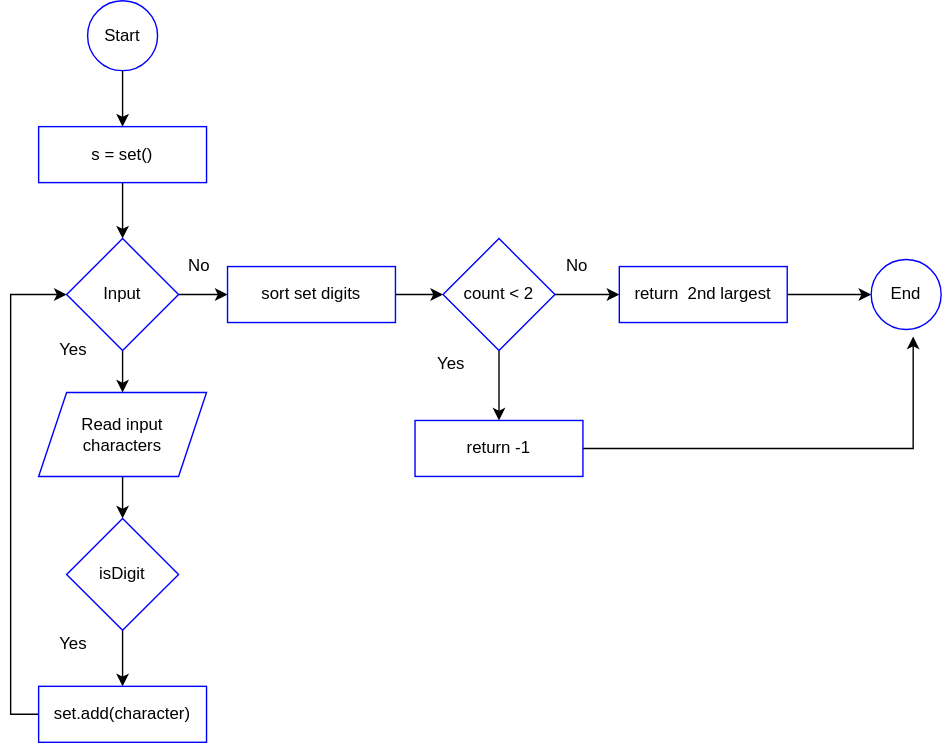
jaminyah/drawio keeps this draw.io diagram as img/sec_high/secondHighest.svg. Above is the earlier version. Source tidied: cells renumbered, new cells last; positions are measured from the earlier drawing's top-left corner, leaving out a move shared by most shapes. Source of this version:
```xml
<mxGraphModel>
  <root>
    <mxCell id="0" />
    <mxCell id="1" parent="0" />
    <mxCell id="2" style="edgeStyle=orthogonalEdgeStyle;rounded=0;jettySize=auto;html=1;" parent="1" edge="1" source="3" target="5">
      <mxGeometry relative="1" as="geometry" />
    </mxCell>
    <mxCell id="3" value="Start" style="ellipse;whiteSpace=wrap;html=1;strokeColor=#0000FF;" parent="1" vertex="1">
      <mxGeometry x="55" width="50" height="50" as="geometry" />
    </mxCell>
    <mxCell id="4" style="edgeStyle=orthogonalEdgeStyle;rounded=0;jettySize=auto;html=1;" parent="1" edge="1" source="5" target="8">
      <mxGeometry relative="1" as="geometry" />
    </mxCell>
    <mxCell id="5" value="s = set()" style="rounded=0;whiteSpace=wrap;html=1;strokeColor=#0000FF;" parent="1" vertex="1">
      <mxGeometry x="20" y="90" width="120" height="40" as="geometry" />
    </mxCell>
    <mxCell id="6" style="edgeStyle=orthogonalEdgeStyle;rounded=0;jettySize=auto;html=1;" parent="1" edge="1" source="8" target="10">
      <mxGeometry relative="1" as="geometry" />
    </mxCell>
    <mxCell id="7" style="edgeStyle=orthogonalEdgeStyle;rounded=0;jettySize=auto;html=1;" parent="1" edge="1" source="8" target="20">
      <mxGeometry relative="1" as="geometry" />
    </mxCell>
    <mxCell id="8" value="Input" style="rhombus;whiteSpace=wrap;html=1;strokeColor=#0000FF;" parent="1" vertex="1">
      <mxGeometry x="40" y="170" width="80" height="80" as="geometry" />
    </mxCell>
    <mxCell id="9" style="edgeStyle=orthogonalEdgeStyle;rounded=0;jettySize=auto;html=1;" parent="1" edge="1" source="10" target="12">
      <mxGeometry relative="1" as="geometry" />
    </mxCell>
    <mxCell id="10" value="Read input&lt;br&gt;characters" style="shape=parallelogram;perimeter=parallelogramPerimeter;whiteSpace=wrap;html=1;fixedSize=1;strokeColor=#0000FF;" parent="1" vertex="1">
      <mxGeometry x="20" y="280" width="120" height="60" as="geometry" />
    </mxCell>
    <mxCell id="11" style="edgeStyle=orthogonalEdgeStyle;rounded=0;jettySize=auto;html=1;" parent="1" edge="1" source="12" target="14">
      <mxGeometry relative="1" as="geometry" />
    </mxCell>
    <mxCell id="12" value="isDigit" style="rhombus;whiteSpace=wrap;html=1;strokeColor=#0000FF;" parent="1" vertex="1">
      <mxGeometry x="40" y="370" width="80" height="80" as="geometry" />
    </mxCell>
    <mxCell id="13" style="edgeStyle=orthogonalEdgeStyle;rounded=0;jettySize=auto;html=1;entryX=0;entryY=0.5;entryDx=0;entryDy=0;" parent="1" edge="1" source="14" target="8">
      <mxGeometry relative="1" as="geometry">
        <Array as="points">
          <mxPoint y="510" />
          <mxPoint y="210" />
        </Array>
      </mxGeometry>
    </mxCell>
    <mxCell id="14" value="set.add(character)" style="rounded=0;whiteSpace=wrap;html=1;strokeColor=#0000FF;" parent="1" vertex="1">
      <mxGeometry x="20" y="490" width="120" height="40" as="geometry" />
    </mxCell>
    <mxCell id="15" style="edgeStyle=orthogonalEdgeStyle;rounded=0;orthogonalLoop=1;jettySize=auto;html=1;exitX=0.5;exitY=1;exitDx=0;exitDy=0;" parent="1" edge="1" source="10" target="10">
      <mxGeometry relative="1" as="geometry" />
    </mxCell>
    <mxCell id="16" value="Yes&lt;br&gt;" style="text;html=1;strokeColor=none;fillColor=none;align=center;verticalAlign=middle;whiteSpace=wrap;rounded=0;" parent="1" vertex="1">
      <mxGeometry x="25" y="450" width="40" height="20" as="geometry" />
    </mxCell>
    <mxCell id="17" value="Yes&lt;br&gt;" style="text;html=1;strokeColor=none;fillColor=none;align=center;verticalAlign=middle;whiteSpace=wrap;rounded=0;" parent="1" vertex="1">
      <mxGeometry x="25" y="240" width="40" height="20" as="geometry" />
    </mxCell>
    <mxCell id="18" value="No" style="text;html=1;strokeColor=none;fillColor=none;align=center;verticalAlign=middle;whiteSpace=wrap;rounded=0;" parent="1" vertex="1">
      <mxGeometry x="115" y="180" width="40" height="20" as="geometry" />
    </mxCell>
    <mxCell id="19" style="edgeStyle=orthogonalEdgeStyle;rounded=0;jettySize=auto;html=1;" parent="1" edge="1" source="20" target="23">
      <mxGeometry relative="1" as="geometry" />
    </mxCell>
    <mxCell id="20" value="sort set digits" style="rounded=0;whiteSpace=wrap;html=1;strokeColor=#0000FF;" parent="1" vertex="1">
      <mxGeometry x="155" y="190" width="120" height="40" as="geometry" />
    </mxCell>
    <mxCell id="21" style="edgeStyle=orthogonalEdgeStyle;rounded=0;jettySize=auto;html=1;" parent="1" edge="1" source="23" target="26">
      <mxGeometry relative="1" as="geometry" />
    </mxCell>
    <mxCell id="22" style="edgeStyle=orthogonalEdgeStyle;rounded=0;jettySize=auto;html=1;" parent="1" edge="1" source="23" target="28">
      <mxGeometry relative="1" as="geometry" />
    </mxCell>
    <mxCell id="23" value="count &amp;lt; 2" style="rhombus;whiteSpace=wrap;html=1;strokeColor=#0000FF;" parent="1" vertex="1">
      <mxGeometry x="309" y="170" width="80" height="80" as="geometry" />
    </mxCell>
    <mxCell id="24" value="Yes&lt;br&gt;" style="text;html=1;strokeColor=none;fillColor=none;align=center;verticalAlign=middle;whiteSpace=wrap;rounded=0;" parent="1" vertex="1">
      <mxGeometry x="295" y="250" width="40" height="20" as="geometry" />
    </mxCell>
    <mxCell id="25" style="edgeStyle=orthogonalEdgeStyle;rounded=0;jettySize=auto;html=1;" parent="1" edge="1" source="26">
      <mxGeometry relative="1" as="geometry">
        <mxPoint x="645" y="240" as="targetPoint" />
        <Array as="points">
          <mxPoint x="645" y="320" />
        </Array>
      </mxGeometry>
    </mxCell>
    <mxCell id="26" value="return -1" style="rounded=0;whiteSpace=wrap;html=1;strokeColor=#0000FF;" parent="1" vertex="1">
      <mxGeometry x="289" y="300" width="120" height="40" as="geometry" />
    </mxCell>
    <mxCell id="27" style="edgeStyle=orthogonalEdgeStyle;rounded=0;jettySize=auto;html=1;" parent="1" edge="1" source="28" target="29">
      <mxGeometry relative="1" as="geometry" />
    </mxCell>
    <mxCell id="28" value="return&amp;nbsp; 2nd largest" style="rounded=0;whiteSpace=wrap;html=1;strokeColor=#0000FF;" parent="1" vertex="1">
      <mxGeometry x="435" y="190" width="120" height="40" as="geometry" />
    </mxCell>
    <mxCell id="29" value="End" style="ellipse;whiteSpace=wrap;html=1;strokeColor=#0000FF;" parent="1" vertex="1">
      <mxGeometry x="615" y="185" width="50" height="50" as="geometry" />
    </mxCell>
    <mxCell id="30" value="No" style="text;html=1;strokeColor=none;fillColor=none;align=center;verticalAlign=middle;whiteSpace=wrap;rounded=0;" parent="1" vertex="1">
      <mxGeometry x="385" y="180" width="40" height="20" as="geometry" />
    </mxCell>
  </root>
</mxGraphModel>
```
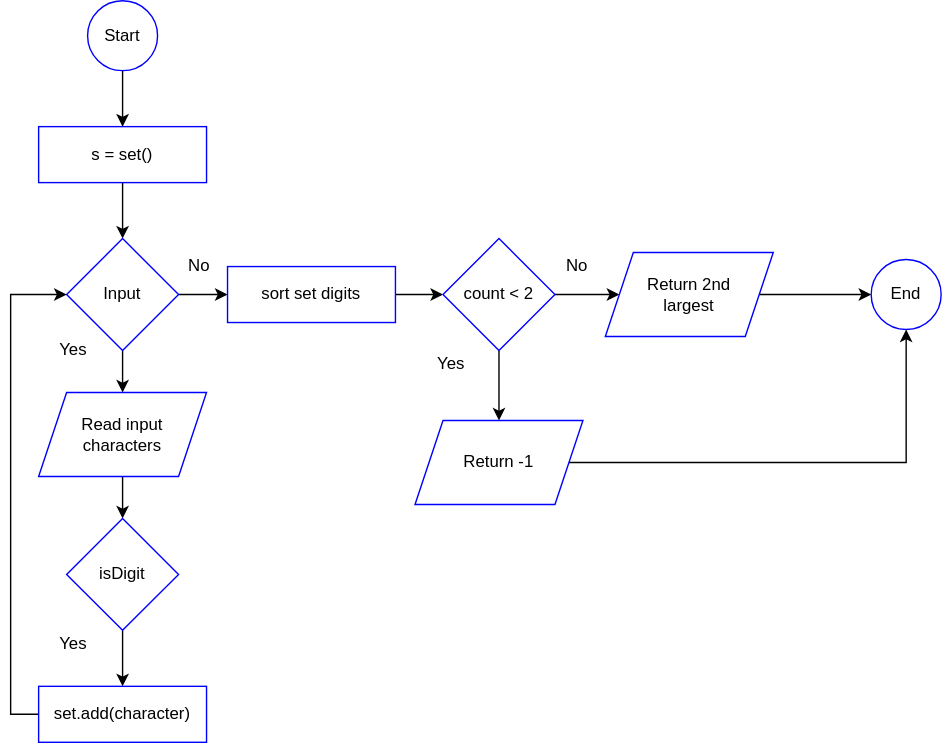
Later version of the same file.

Commit message:
Modified second highest flowchart.

Diff of the diagram source:
```diff
@@ -64,11 +64,15 @@
     <mxCell id="20" value="sort set digits" style="rounded=0;whiteSpace=wrap;html=1;strokeColor=#0000FF;" parent="1" vertex="1">
       <mxGeometry x="155" y="190" width="120" height="40" as="geometry" />
     </mxCell>
-    <mxCell id="21" style="edgeStyle=orthogonalEdgeStyle;rounded=0;jettySize=auto;html=1;" parent="1" edge="1" source="23" target="26">
-      <mxGeometry relative="1" as="geometry" />
+    <mxCell id="21" style="edgeStyle=orthogonalEdgeStyle;rounded=0;jettySize=auto;html=1;" parent="1" edge="1" source="23">
+      <mxGeometry relative="1" as="geometry">
+        <mxPoint x="349" y="300" as="targetPoint" />
+      </mxGeometry>
     </mxCell>
-    <mxCell id="22" style="edgeStyle=orthogonalEdgeStyle;rounded=0;jettySize=auto;html=1;" parent="1" edge="1" source="23" target="28">
-      <mxGeometry relative="1" as="geometry" />
+    <mxCell id="22" style="edgeStyle=orthogonalEdgeStyle;rounded=0;jettySize=auto;html=1;" parent="1" edge="1" source="23">
+      <mxGeometry relative="1" as="geometry">
+        <mxPoint x="435" y="210" as="targetPoint" />
+      </mxGeometry>
     </mxCell>
     <mxCell id="23" value="count &amp;lt; 2" style="rhombus;whiteSpace=wrap;html=1;strokeColor=#0000FF;" parent="1" vertex="1">
       <mxGeometry x="309" y="170" width="80" height="80" as="geometry" />
@@ -76,28 +80,23 @@
     <mxCell id="24" value="Yes&lt;br&gt;" style="text;html=1;strokeColor=none;fillColor=none;align=center;verticalAlign=middle;whiteSpace=wrap;rounded=0;" parent="1" vertex="1">
       <mxGeometry x="295" y="250" width="40" height="20" as="geometry" />
     </mxCell>
-    <mxCell id="25" style="edgeStyle=orthogonalEdgeStyle;rounded=0;jettySize=auto;html=1;" parent="1" edge="1" source="26">
-      <mxGeometry relative="1" as="geometry">
-        <mxPoint x="645" y="240" as="targetPoint" />
-        <Array as="points">
-          <mxPoint x="645" y="320" />
-        </Array>
-      </mxGeometry>
-    </mxCell>
-    <mxCell id="26" value="return -1" style="rounded=0;whiteSpace=wrap;html=1;strokeColor=#0000FF;" parent="1" vertex="1">
-      <mxGeometry x="289" y="300" width="120" height="40" as="geometry" />
-    </mxCell>
-    <mxCell id="27" style="edgeStyle=orthogonalEdgeStyle;rounded=0;jettySize=auto;html=1;" parent="1" edge="1" source="28" target="29">
-      <mxGeometry relative="1" as="geometry" />
-    </mxCell>
-    <mxCell id="28" value="return&amp;nbsp; 2nd largest" style="rounded=0;whiteSpace=wrap;html=1;strokeColor=#0000FF;" parent="1" vertex="1">
-      <mxGeometry x="435" y="190" width="120" height="40" as="geometry" />
-    </mxCell>
     <mxCell id="29" value="End" style="ellipse;whiteSpace=wrap;html=1;strokeColor=#0000FF;" parent="1" vertex="1">
       <mxGeometry x="615" y="185" width="50" height="50" as="geometry" />
     </mxCell>
     <mxCell id="30" value="No" style="text;html=1;strokeColor=none;fillColor=none;align=center;verticalAlign=middle;whiteSpace=wrap;rounded=0;" parent="1" vertex="1">
       <mxGeometry x="385" y="180" width="40" height="20" as="geometry" />
     </mxCell>
+    <mxCell id="31" style="edgeStyle=orthogonalEdgeStyle;rounded=0;jettySize=auto;html=1;entryX=0;entryY=0.5;entryDx=0;entryDy=0;" parent="1" edge="1" source="32" target="29">
+      <mxGeometry relative="1" as="geometry" />
+    </mxCell>
+    <mxCell id="32" value="Return 2nd&lt;br&gt;largest" style="shape=parallelogram;perimeter=parallelogramPerimeter;whiteSpace=wrap;html=1;fixedSize=1;strokeColor=#0000FF;" parent="1" vertex="1">
+      <mxGeometry x="425" y="180" width="120" height="60" as="geometry" />
+    </mxCell>
+    <mxCell id="33" style="edgeStyle=orthogonalEdgeStyle;rounded=0;jettySize=auto;html=1;" parent="1" edge="1" source="34" target="29">
+      <mxGeometry relative="1" as="geometry" />
+    </mxCell>
+    <mxCell id="34" value="Return -1" style="shape=parallelogram;perimeter=parallelogramPerimeter;whiteSpace=wrap;html=1;fixedSize=1;strokeColor=#0000FF;" parent="1" vertex="1">
+      <mxGeometry x="289" y="300" width="120" height="60" as="geometry" />
+    </mxCell>
   </root>
 </mxGraphModel>
```
